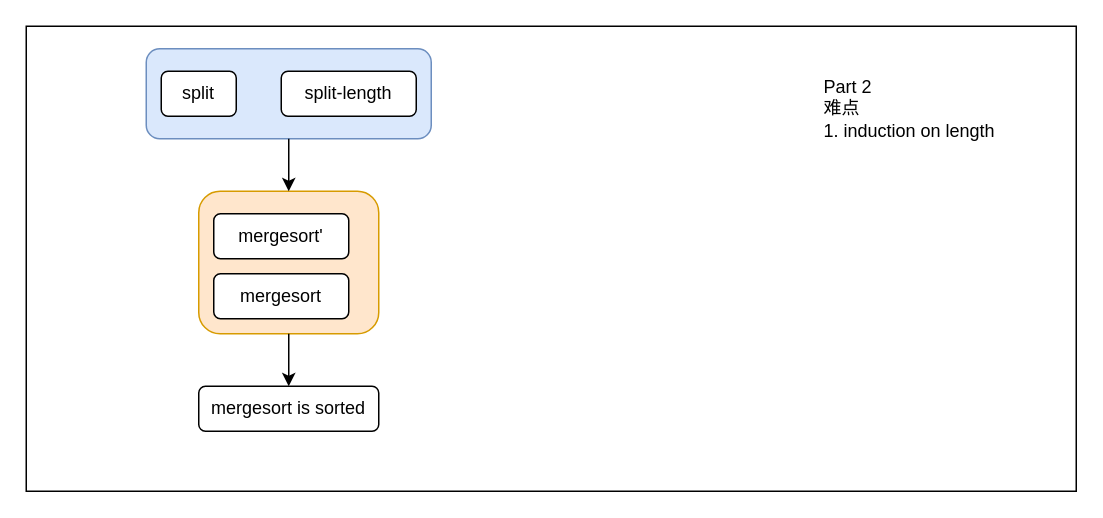
lengyijun/MergeSort keeps this draw.io diagram as slide/part2.drawio. Above is the earlier version. Source tidied: cells renumbered, new cells numbered last; positions are measured from the earlier drawing's top-left corner, leaving out a move shared by most shapes. Both pictures are drawn from the tidied source at 150%, with x=0, y=0 at pixel (26, 26).
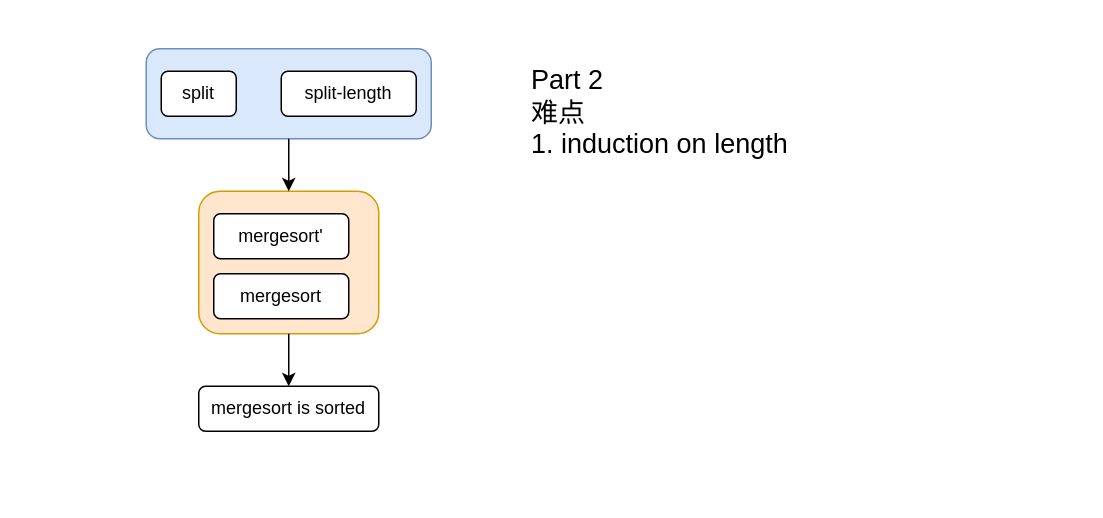
Above is the later version.

Diff of the diagram source:
```diff
@@
 <mxGraphModel>
   <root>
     <mxCell id="0" />
     <mxCell id="1" parent="0" />
-    <mxCell id="2" style="rounded=0;whiteSpace=wrap;html=1;" parent="1" vertex="1">
-      <mxGeometry width="700" height="310" as="geometry" />
-    </mxCell>
     <mxCell id="3" value="mergesort is sorted" style="rounded=1;whiteSpace=wrap;html=1;" parent="1" vertex="1">
       <mxGeometry x="115" y="240" width="120" height="30" as="geometry" />
     </mxCell>
     <mxCell id="4" style="group;" parent="1" vertex="1">
       <mxGeometry x="115" y="110" width="120" height="95" as="geometry" />
     </mxCell>
     <mxCell id="5" style="rounded=1;whiteSpace=wrap;html=1;fillColor=#ffe6cc;strokeColor=#d79b00;" parent="4" vertex="1">
       <mxGeometry width="120" height="95" as="geometry" />
     </mxCell>
     <mxCell id="6" value="mergesort" style="rounded=1;whiteSpace=wrap;html=1;" parent="4" vertex="1">
       <mxGeometry x="10" y="55" width="90" height="30" as="geometry" />
     </mxCell>
     <mxCell id="7" value="mergesort'" style="rounded=1;whiteSpace=wrap;html=1;" parent="4" vertex="1">
       <mxGeometry x="10" y="15" width="90" height="30" as="geometry" />
     </mxCell>
     <mxCell id="8" style="group;" parent="1" vertex="1">
       <mxGeometry x="80" y="15" width="190" height="60" as="geometry" />
     </mxCell>
     <mxCell id="9" style="rounded=1;whiteSpace=wrap;html=1;fillColor=#dae8fc;strokeColor=#6c8ebf;" parent="8" vertex="1">
       <mxGeometry width="190" height="60" as="geometry" />
     </mxCell>
     <mxCell id="10" value="split" style="rounded=1;whiteSpace=wrap;html=1;" parent="8" vertex="1">
       <mxGeometry x="10" y="15" width="50" height="30" as="geometry" />
     </mxCell>
     <mxCell id="11" value="split-length" style="rounded=1;whiteSpace=wrap;html=1;" parent="8" vertex="1">
       <mxGeometry x="90" y="15" width="90" height="30" as="geometry" />
     </mxCell>
     <mxCell id="12" style="edgeStyle=none;rounded=0;jettySize=auto;html=1;entryX=0.5;entryY=0;entryDx=0;entryDy=0;" parent="1" edge="1" source="9" target="5">
       <mxGeometry relative="1" as="geometry" />
     </mxCell>
     <mxCell id="13" style="edgeStyle=none;rounded=0;jettySize=auto;html=1;entryX=0.5;entryY=0;entryDx=0;entryDy=0;" parent="1" edge="1" source="5" target="3">
       <mxGeometry relative="1" as="geometry" />
     </mxCell>
-    <mxCell id="14" value="Part 2&lt;br&gt;难点&lt;br&gt;1. induction on length" style="text;html=1;strokeColor=none;fillColor=none;align=left;verticalAlign=middle;whiteSpace=wrap;rounded=0;" parent="1" vertex="1">
-      <mxGeometry x="530" y="15" width="160" height="80" as="geometry" />
+    <mxCell id="14" value="Part 2&lt;br style=&quot;font-size: 18px;&quot;&gt;难点&lt;br style=&quot;font-size: 18px;&quot;&gt;1. induction on length" style="text;html=1;strokeColor=none;fillColor=none;align=left;verticalAlign=middle;whiteSpace=wrap;rounded=0;fontSize=18;" parent="1" vertex="1">
+      <mxGeometry x="335" y="5" width="220" height="105" as="geometry" />
     </mxCell>
   </root>
 </mxGraphModel>
```
